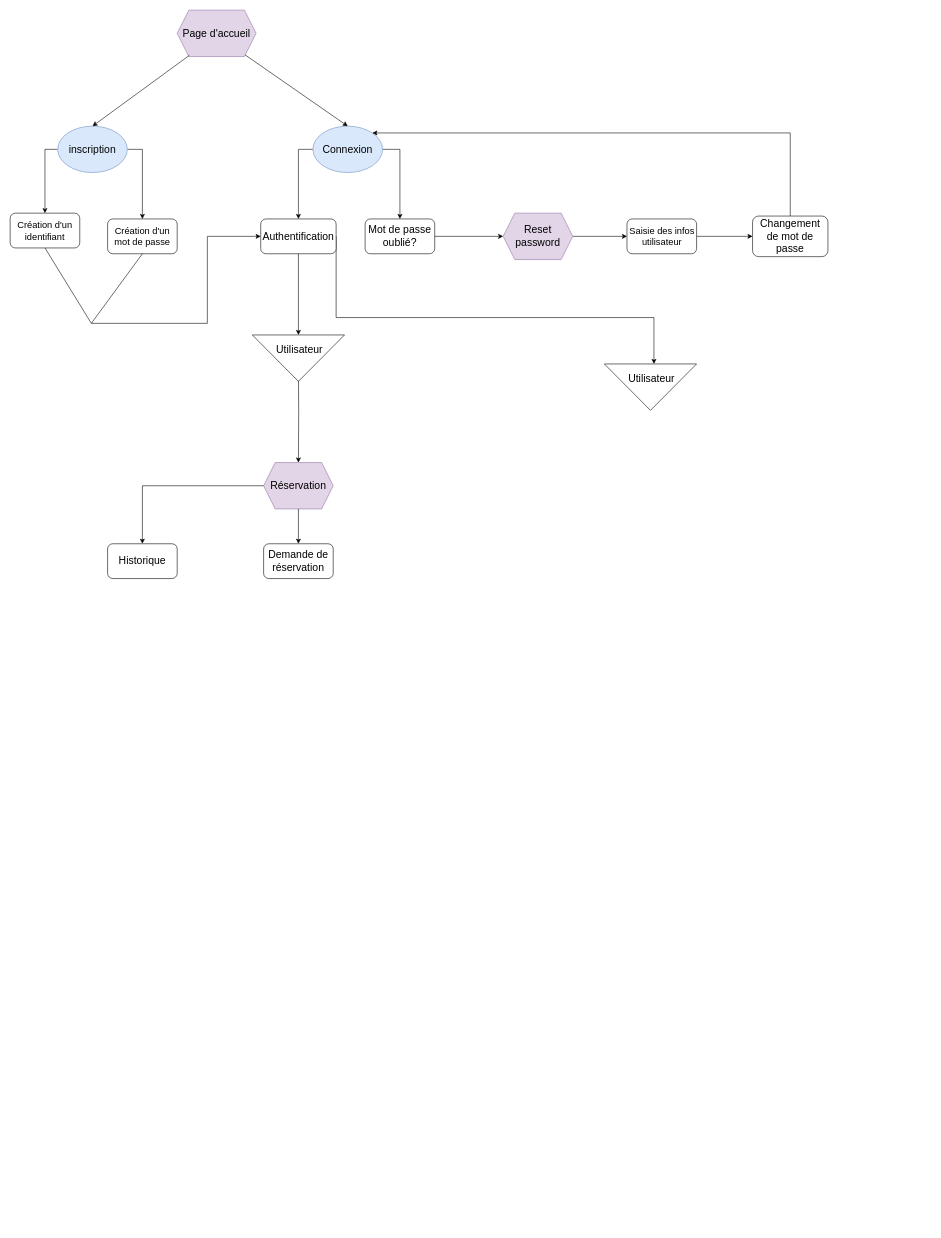
Tojomichel/-PPE---Attribution-des-places-de-parking keeps this draw.io diagram as maquette.drawio. Above is the earlier version. Source tidied: cells renumbered, new cells numbered last; positions are measured from the earlier drawing's top-left corner, leaving out a move shared by most shapes. Both pictures are drawn from the tidied source at 58%, with x=0, y=0 at pixel (10, 10).
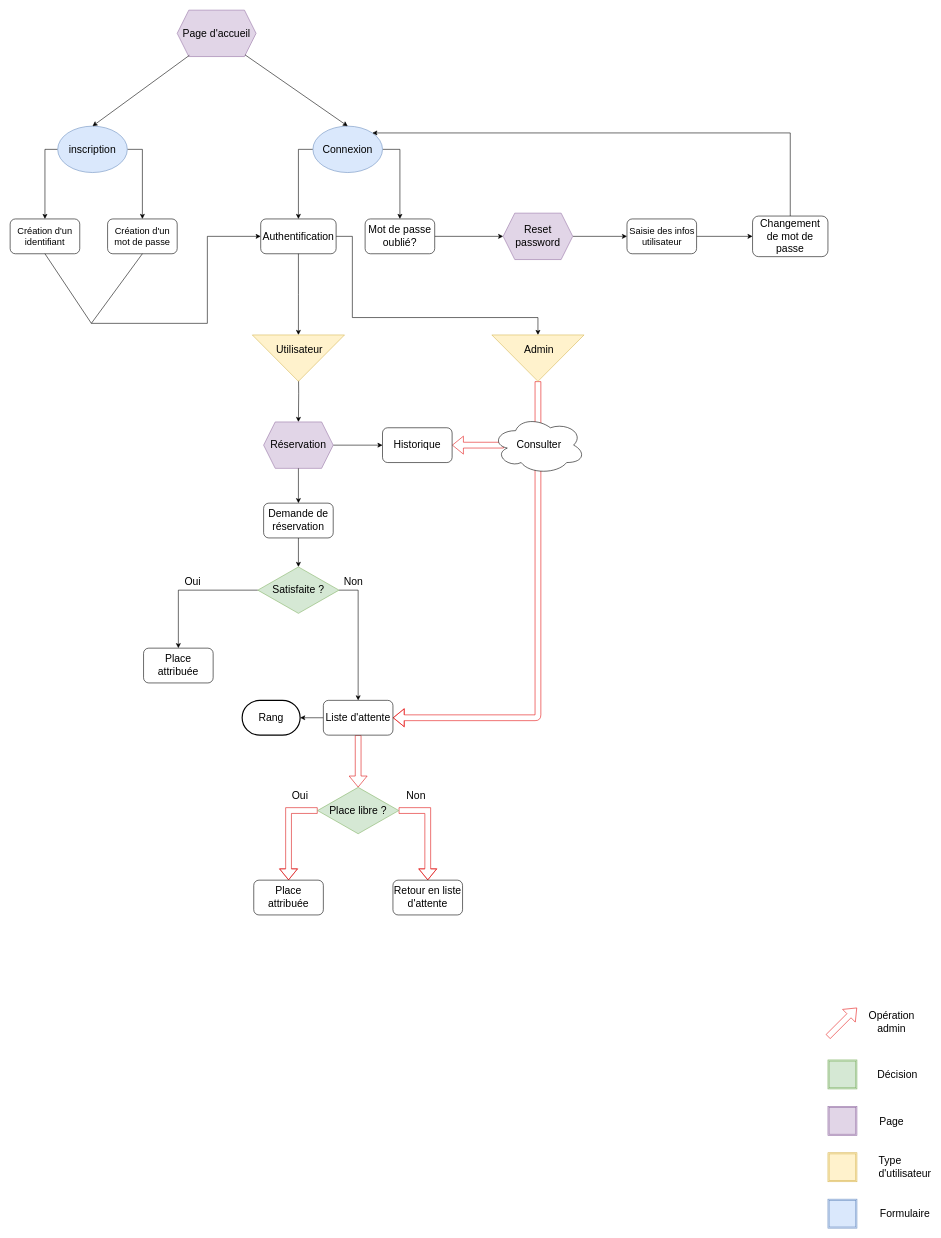
Above is the later version.

Commit message:
Mettre à jour maquette.drawio

Unchanged cells that the change refers to:
```xml
<mxCell id="12" value="&lt;font style=&quot;font-size: 18px;&quot;&gt;Authentification&lt;/font&gt;" style="rounded=1;whiteSpace=wrap;html=1;" parent="1" vertex="1">
  <mxGeometry x="432" y="360" width="130" height="60" as="geometry" />
</mxCell>
```

The edit, as a diff of the source:
```diff
@@
-<mxGraphModel>
+<mxGraphModel background="#ffffff">
@@
     <mxCell id="5" value="&lt;font size=&quot;3&quot;&gt;Création d'un identifiant&lt;/font&gt;" style="rounded=1;whiteSpace=wrap;html=1;" parent="1" vertex="1">
-      <mxGeometry y="350" width="120" height="60" as="geometry" />
+      <mxGeometry y="360" width="120" height="60" as="geometry" />
     </mxCell>
@@
-    <mxCell id="11" style="edgeStyle=orthogonalEdgeStyle;rounded=0;jettySize=auto;html=1;exitX=1;exitY=0.5;exitDx=0;exitDy=0;" parent="1" edge="1" source="12">
+    <mxCell id="11" style="edgeStyle=orthogonalEdgeStyle;rounded=0;jettySize=auto;html=1;exitX=1;exitY=0.5;exitDx=0;exitDy=0;entryX=0;entryY=0.5;entryDx=0;entryDy=0;" parent="1" edge="1" source="12" target="37">
       <mxGeometry relative="1" as="geometry">
-        <mxPoint x="1110" y="610" as="targetPoint" />
         <Array as="points">
-          <mxPoint x="562" y="530" />
-          <mxPoint x="1110" y="530" />
+          <mxPoint x="590" y="390" />
+          <mxPoint x="590" y="530" />
+          <mxPoint x="910" y="530" />
         </Array>
       </mxGeometry>
     </mxCell>
@@
+    <mxCell id="32" style="edgeStyle=orthogonalEdgeStyle;rounded=0;jettySize=auto;html=1;exitX=1;exitY=0.5;exitDx=0;exitDy=0;entryX=0;entryY=0.5;entryDx=0;entryDy=0;" parent="1" edge="1" source="27" target="30">
+      <mxGeometry relative="1" as="geometry" />
+    </mxCell>
     <mxCell id="27" value="Réservation" style="shape=hexagon;perimeter=hexagonPerimeter2;whiteSpace=wrap;html=1;fixedSize=1;fillColor=#e1d5e7;strokeColor=#9673a6;fontSize=18;" parent="1" vertex="1">
-      <mxGeometry x="437" y="780" width="120" height="80" as="geometry" />
+      <mxGeometry x="437" y="710" width="120" height="80" as="geometry" />
     </mxCell>
@@
-    <mxCell id="30" value="&lt;font style=&quot;font-size: 18px;&quot;&gt;Historique&lt;/font&gt;" style="rounded=1;whiteSpace=wrap;html=1;" parent="1" vertex="1">
-      <mxGeometry x="168" y="920" width="120" height="60" as="geometry" />
-    </mxCell>
+    <mxCell id="39" style="edgeStyle=orthogonalEdgeStyle;rounded=0;jettySize=auto;html=1;exitX=0.5;exitY=1;exitDx=0;exitDy=0;entryX=0.5;entryY=0;entryDx=0;entryDy=0;" parent="1" edge="1" source="31" target="43">
+      <mxGeometry relative="1" as="geometry" />
+    </mxCell>
     <mxCell id="31" value="&lt;font style=&quot;font-size: 18px;&quot;&gt;Demande de réservation&lt;/font&gt;" style="rounded=1;whiteSpace=wrap;html=1;" parent="1" vertex="1">
-      <mxGeometry x="437" y="920" width="120" height="60" as="geometry" />
+      <mxGeometry x="437" y="850" width="120" height="60" as="geometry" />
     </mxCell>
-    <mxCell id="32" style="edgeStyle=orthogonalEdgeStyle;rounded=0;jettySize=auto;html=1;exitX=0;exitY=0.5;exitDx=0;exitDy=0;entryX=0.5;entryY=0;entryDx=0;entryDy=0;" parent="1" edge="1" source="27" target="30">
-      <mxGeometry relative="1" as="geometry" />
-    </mxCell>
@@
-    <mxCell id="35" style="triangle;whiteSpace=wrap;html=1;direction=south;" parent="1" vertex="1">
+    <mxCell id="35" style="triangle;whiteSpace=wrap;html=1;direction=south;fillColor=#fff2cc;strokeColor=#d6b656;" parent="1" vertex="1">
       <mxGeometry x="417.5" y="560" width="159" height="80" as="geometry" />
     </mxCell>
@@
+    <mxCell id="40" style="edgeStyle=orthogonalEdgeStyle;rounded=1;jettySize=auto;html=1;exitX=1;exitY=0.5;exitDx=0;exitDy=0;entryX=1;entryY=0.5;entryDx=0;entryDy=0;strokeColor=#e60f0f;curved=0;shape=flexArrow;" parent="1" edge="1" source="37" target="47">
+      <mxGeometry relative="1" as="geometry">
+        <Array as="points">
+          <mxPoint x="910" y="1220" />
+        </Array>
+      </mxGeometry>
+    </mxCell>
-    <mxCell id="37" style="triangle;whiteSpace=wrap;html=1;direction=south;" parent="1" vertex="1">
-      <mxGeometry x="1024.5" y="610" width="159" height="80" as="geometry" />
+    <mxCell id="37" style="triangle;whiteSpace=wrap;html=1;direction=south;fillColor=#fff2cc;strokeColor=#d6b656;" parent="1" vertex="1">
+      <mxGeometry x="830.5" y="560" width="159" height="80" as="geometry" />
     </mxCell>
-    <mxCell id="38" value="&lt;font style=&quot;font-size: 18px;&quot;&gt;Utilisateur&lt;/font&gt;" style="text;html=1;align=center;verticalAlign=middle;whiteSpace=wrap;rounded=0;" parent="1" vertex="1">
-      <mxGeometry x="1075.5" y="620" width="60" height="30" as="geometry" />
+    <mxCell id="38" value="&lt;font style=&quot;font-size: 18px;&quot;&gt;Admin&lt;/font&gt;" style="text;html=1;align=center;verticalAlign=middle;whiteSpace=wrap;rounded=0;" parent="1" vertex="1">
+      <mxGeometry x="881.5" y="570" width="60" height="30" as="geometry" />
     </mxCell>
+    <mxCell id="41" style="edgeStyle=orthogonalEdgeStyle;rounded=0;jettySize=auto;html=1;entryX=0.5;entryY=0;entryDx=0;entryDy=0;exitX=0;exitY=0.5;exitDx=0;exitDy=0;" parent="1" edge="1" source="43" target="44">
+      <mxGeometry relative="1" as="geometry" />
+    </mxCell>
+    <mxCell id="42" style="edgeStyle=orthogonalEdgeStyle;rounded=0;jettySize=auto;html=1;exitX=1;exitY=0.5;exitDx=0;exitDy=0;entryX=0.5;entryY=0;entryDx=0;entryDy=0;" parent="1" edge="1" source="43" target="47">
+      <mxGeometry relative="1" as="geometry" />
+    </mxCell>
+    <mxCell id="43" value="&lt;font style=&quot;font-size: 18px;&quot;&gt;Satisfaite ?&lt;/font&gt;" style="rhombus;whiteSpace=wrap;html=1;fillColor=#d5e8d4;strokeColor=#82b366;" parent="1" vertex="1">
+      <mxGeometry x="427" y="960" width="140" height="80" as="geometry" />
+    </mxCell>
+    <mxCell id="44" value="&lt;font style=&quot;font-size: 18px;&quot;&gt;Place attribuée&lt;/font&gt;" style="rounded=1;whiteSpace=wrap;html=1;" parent="1" vertex="1">
+      <mxGeometry x="230" y="1100" width="120" height="60" as="geometry" />
+    </mxCell>
+    <mxCell id="45" style="edgeStyle=orthogonalEdgeStyle;rounded=0;jettySize=auto;html=1;exitX=0.5;exitY=1;exitDx=0;exitDy=0;entryX=0.5;entryY=0;entryDx=0;entryDy=0;shape=flexArrow;strokeColor=#dd0e0e;" parent="1" edge="1" source="47" target="54">
+      <mxGeometry relative="1" as="geometry" />
+    </mxCell>
+    <mxCell id="46" style="edgeStyle=orthogonalEdgeStyle;rounded=0;jettySize=auto;html=1;exitX=0;exitY=0.5;exitDx=0;exitDy=0;entryX=1;entryY=0.5;entryDx=0;entryDy=0;entryPerimeter=0;" parent="1" edge="1" source="47" target="55">
+      <mxGeometry relative="1" as="geometry" />
+    </mxCell>
+    <mxCell id="47" value="&lt;font style=&quot;font-size: 18px;&quot;&gt;Liste d'attente&lt;/font&gt;" style="rounded=1;whiteSpace=wrap;html=1;" parent="1" vertex="1">
+      <mxGeometry x="540" y="1190" width="120" height="60" as="geometry" />
+    </mxCell>
+    <mxCell id="48" value="&lt;span style=&quot;font-size: 18px;&quot;&gt;Oui&lt;/span&gt;" style="text;html=1;align=center;verticalAlign=middle;whiteSpace=wrap;rounded=0;" parent="1" vertex="1">
+      <mxGeometry x="285" y="970" width="60" height="30" as="geometry" />
+    </mxCell>
+    <mxCell id="49" value="&lt;span style=&quot;font-size: 18px;&quot;&gt;Non&lt;/span&gt;" style="text;html=1;align=center;verticalAlign=middle;whiteSpace=wrap;rounded=0;" parent="1" vertex="1">
+      <mxGeometry x="562" y="970" width="60" height="30" as="geometry" />
+    </mxCell>
+    <mxCell id="50" style="edgeStyle=orthogonalEdgeStyle;rounded=0;jettySize=auto;html=1;exitX=0.122;exitY=0.5;exitDx=0;exitDy=0;exitPerimeter=0;shape=flexArrow;strokeColor=#e11414;" parent="1" edge="1" source="51" target="30">
+      <mxGeometry relative="1" as="geometry" />
+    </mxCell>
+    <mxCell id="51" value="&lt;font style=&quot;font-size: 18px;&quot;&gt;Consulter&lt;/font&gt;" style="ellipse;shape=cloud;whiteSpace=wrap;html=1;" parent="1" vertex="1">
+      <mxGeometry x="831.5" y="700" width="160" height="100" as="geometry" />
+    </mxCell>
+    <mxCell id="52" style="edgeStyle=orthogonalEdgeStyle;rounded=0;jettySize=auto;html=1;exitX=0;exitY=0.5;exitDx=0;exitDy=0;entryX=0.5;entryY=0;entryDx=0;entryDy=0;shape=flexArrow;strokeColor=#db1414;shadow=0;" parent="1" edge="1" source="54" target="56">
+      <mxGeometry relative="1" as="geometry" />
+    </mxCell>
+    <mxCell id="53" style="edgeStyle=orthogonalEdgeStyle;rounded=0;jettySize=auto;html=1;exitX=1;exitY=0.5;exitDx=0;exitDy=0;entryX=0.5;entryY=0;entryDx=0;entryDy=0;strokeColor=#e01010;shape=flexArrow;" parent="1" edge="1" source="54" target="57">
+      <mxGeometry relative="1" as="geometry" />
+    </mxCell>
+    <mxCell id="54" value="&lt;font style=&quot;font-size: 18px;&quot;&gt;Place libre ?&lt;/font&gt;" style="rhombus;whiteSpace=wrap;html=1;fillColor=#d5e8d4;strokeColor=#82b366;" parent="1" vertex="1">
+      <mxGeometry x="530" y="1340" width="140" height="80" as="geometry" />
+    </mxCell>
+    <mxCell id="30" value="&lt;font style=&quot;font-size: 18px;&quot;&gt;Historique&lt;/font&gt;" style="rounded=1;whiteSpace=wrap;html=1;" parent="1" vertex="1">
+      <mxGeometry x="642" y="720" width="120" height="60" as="geometry" />
+    </mxCell>
+    <mxCell id="55" value="&lt;font style=&quot;font-size: 18px;&quot;&gt;Rang&lt;/font&gt;" style="strokeWidth=2;html=1;shape=mxgraph.flowchart.terminator;whiteSpace=wrap;" parent="1" vertex="1">
+      <mxGeometry x="400" y="1190" width="100" height="60" as="geometry" />
+    </mxCell>
+    <mxCell id="56" value="&lt;font style=&quot;font-size: 18px;&quot;&gt;Place attribuée&lt;/font&gt;" style="rounded=1;whiteSpace=wrap;html=1;" parent="1" vertex="1">
+      <mxGeometry x="420" y="1500" width="120" height="60" as="geometry" />
+    </mxCell>
+    <mxCell id="57" value="&lt;font style=&quot;font-size: 18px;&quot;&gt;Retour en liste d'attente&lt;/font&gt;" style="rounded=1;whiteSpace=wrap;html=1;" parent="1" vertex="1">
+      <mxGeometry x="660" y="1500" width="120" height="60" as="geometry" />
+    </mxCell>
+    <mxCell id="58" value="&lt;font style=&quot;font-size: 18px;&quot;&gt;Oui&lt;/font&gt;" style="text;html=1;align=center;verticalAlign=middle;whiteSpace=wrap;rounded=0;" parent="1" vertex="1">
+      <mxGeometry x="470" y="1340" width="60" height="30" as="geometry" />
+    </mxCell>
+    <mxCell id="59" value="&lt;font style=&quot;font-size: 18px;&quot;&gt;Non&lt;/font&gt;" style="text;html=1;align=center;verticalAlign=middle;whiteSpace=wrap;rounded=0;" parent="1" vertex="1">
+      <mxGeometry x="670" y="1340" width="60" height="30" as="geometry" />
+    </mxCell>
+    <mxCell id="60" style="shape=ext;double=1;whiteSpace=wrap;html=1;fillColor=#d5e8d4;strokeColor=#82b366;" parent="1" vertex="1">
+      <mxGeometry x="1410" y="1810" width="50" height="50" as="geometry" />
+    </mxCell>
+    <mxCell id="61" value="&lt;span style=&quot;font-size: 18px;&quot;&gt;Décision&lt;/span&gt;" style="text;html=1;align=center;verticalAlign=middle;whiteSpace=wrap;rounded=0;" parent="1" vertex="1">
+      <mxGeometry x="1500" y="1820" width="60" height="30" as="geometry" />
+    </mxCell>
+    <mxCell id="62" style="shape=ext;double=1;whiteSpace=wrap;html=1;fillColor=#e1d5e7;strokeColor=#9673a6;" parent="1" vertex="1">
+      <mxGeometry x="1410" y="1890" width="50" height="50" as="geometry" />
+    </mxCell>
+    <mxCell id="63" value="&lt;div style=&quot;text-align: justify;&quot;&gt;&lt;span style=&quot;font-size: 18px; background-color: initial;&quot;&gt;Page&lt;/span&gt;&lt;/div&gt;" style="text;html=1;align=center;verticalAlign=middle;whiteSpace=wrap;rounded=0;" parent="1" vertex="1">
+      <mxGeometry x="1490" y="1901" width="60" height="30" as="geometry" />
+    </mxCell>
+    <mxCell id="64" style="shape=ext;double=1;whiteSpace=wrap;html=1;fillColor=#fff2cc;strokeColor=#d6b656;" parent="1" vertex="1">
+      <mxGeometry x="1410" y="1970" width="50" height="50" as="geometry" />
+    </mxCell>
+    <mxCell id="65" value="&lt;div style=&quot;text-align: justify;&quot;&gt;&lt;span style=&quot;font-size: 18px; background-color: initial;&quot;&gt;Type d'utilisateur&lt;/span&gt;&lt;/div&gt;" style="text;html=1;align=center;verticalAlign=middle;whiteSpace=wrap;rounded=0;" parent="1" vertex="1">
+      <mxGeometry x="1513" y="1980" width="60" height="30" as="geometry" />
+    </mxCell>
+    <mxCell id="66" style="shape=ext;double=1;whiteSpace=wrap;html=1;fillColor=#dae8fc;strokeColor=#6c8ebf;" parent="1" vertex="1">
+      <mxGeometry x="1410" y="2050" width="50" height="50" as="geometry" />
+    </mxCell>
+    <mxCell id="67" value="&lt;font style=&quot;font-size: 18px;&quot;&gt;Formulaire&lt;/font&gt;" style="text;html=1;align=center;verticalAlign=middle;whiteSpace=wrap;rounded=0;" parent="1" vertex="1">
+      <mxGeometry x="1513" y="2060" width="60" height="30" as="geometry" />
+    </mxCell>
+    <mxCell id="68" style="shape=flexArrow;endArrow=classic;html=1;rounded=0;strokeColor=#e51515;" parent="1" edge="1">
+      <mxGeometry relative="1" as="geometry">
+        <mxPoint x="1410" y="1770" as="sourcePoint" />
+        <mxPoint x="1460" y="1720" as="targetPoint" />
+      </mxGeometry>
+    </mxCell>
+    <mxCell id="69" value="&lt;font style=&quot;font-size: 18px;&quot;&gt;Opération admin&lt;/font&gt;" style="text;html=1;align=center;verticalAlign=middle;whiteSpace=wrap;rounded=0;" parent="1" vertex="1">
+      <mxGeometry x="1490" y="1730" width="60" height="30" as="geometry" />
+    </mxCell>
```
